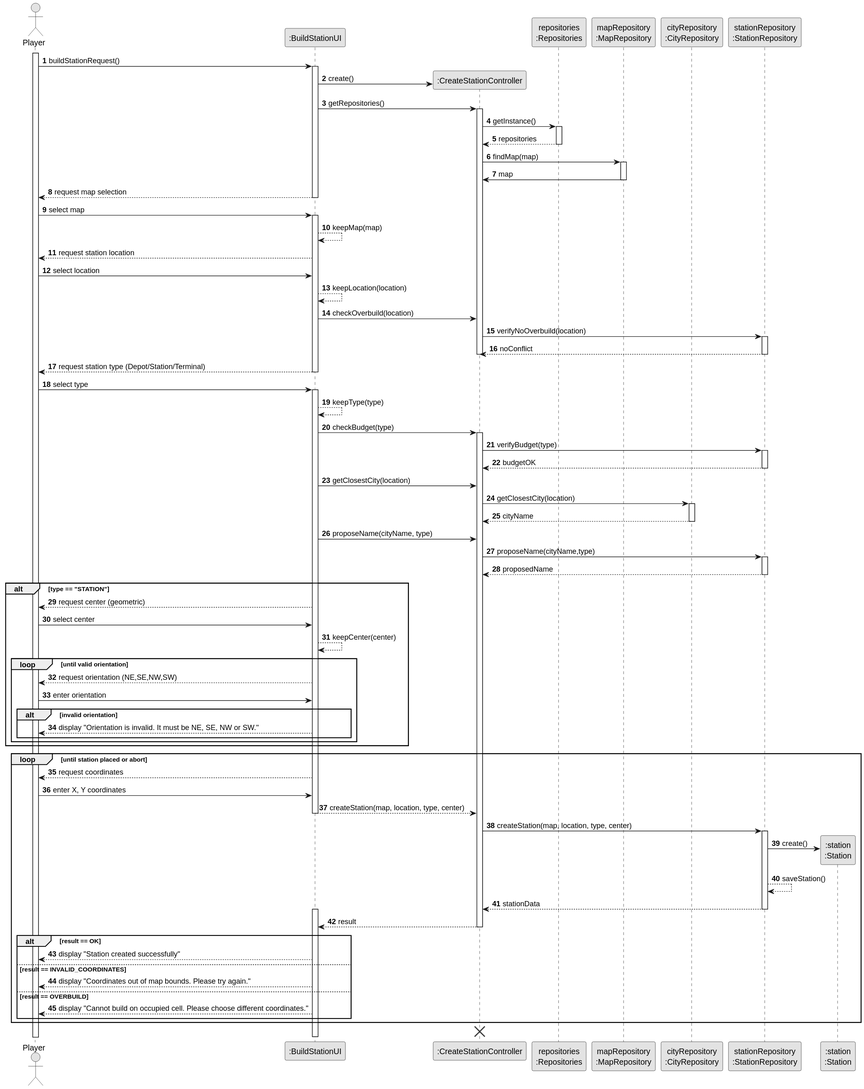
The PlantUML diagram docs/system-documentation/US005/03.design/svg/US005-SD.svg in goncalolopesp/sem2-pi-24.25-g093-repo, before a commit.
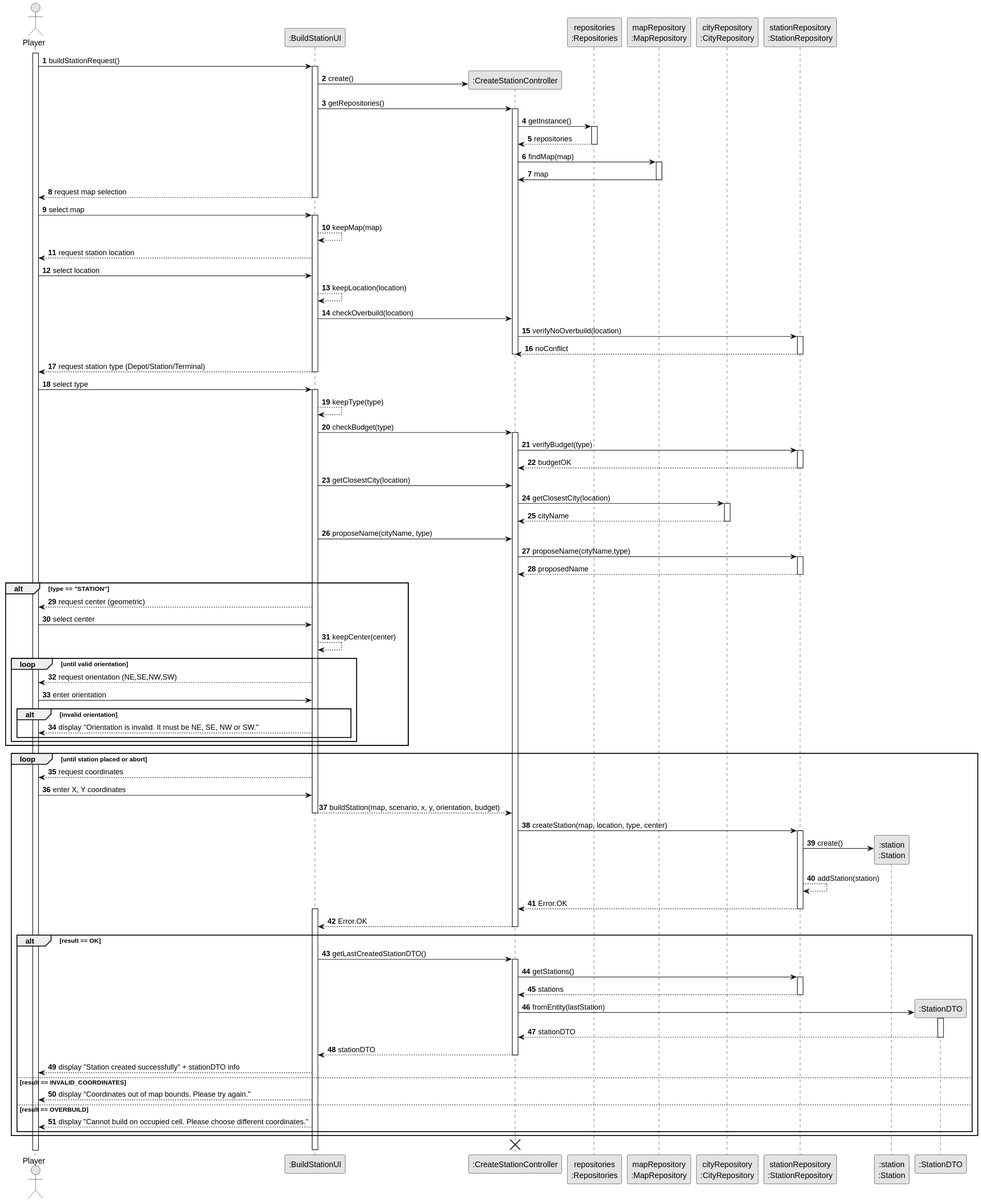
The same file after the commit.

What changed in the source:
```diff
@@ -91,7 +91,7 @@
   BuildStationUI --> Player : request coordinates
   Player -> BuildStationUI : enter X, Y coordinates
 
-  BuildStationUI --> CreateStationController : createStation(map, location, type, center)
+  BuildStationUI --> CreateStationController : buildStation(map, scenario, x, y, orientation, budget)
   deactivate BuildStationUI
   CreateStationController -> StationRepository : createStation(map, location, type, center)
   activate StationRepository
@@ -99,16 +99,29 @@
 
   StationRepository -> Station: create()
 
-  StationRepository --> StationRepository : saveStation()
-  StationRepository --> CreateStationController : stationData
+  StationRepository --> StationRepository : addStation(station)
+  StationRepository --> CreateStationController : Error.OK
   deactivate StationRepository
 
   activate BuildStationUI
-  CreateStationController --> BuildStationUI : result
+  CreateStationController --> BuildStationUI : Error.OK
   deactivate CreateStationController
 
   alt result == OK
-    BuildStationUI --> Player : display "Station created successfully"
+    BuildStationUI -> CreateStationController : getLastCreatedStationDTO()
+    activate CreateStationController
+    CreateStationController -> StationRepository : getStations()
+    activate StationRepository
+    StationRepository --> CreateStationController : stations
+    deactivate StationRepository
+    create ":StationDTO" as StationDTO
+    CreateStationController -> StationDTO : fromEntity(lastStation)
+    activate StationDTO
+    StationDTO --> CreateStationController : stationDTO
+    deactivate StationDTO
+    CreateStationController --> BuildStationUI : stationDTO
+    deactivate CreateStationController
+    BuildStationUI --> Player : display "Station created successfully" + stationDTO info
   else result == INVALID_COORDINATES
     BuildStationUI --> Player : display "Coordinates out of map bounds. Please try again."
   else result == OVERBUILD
```
